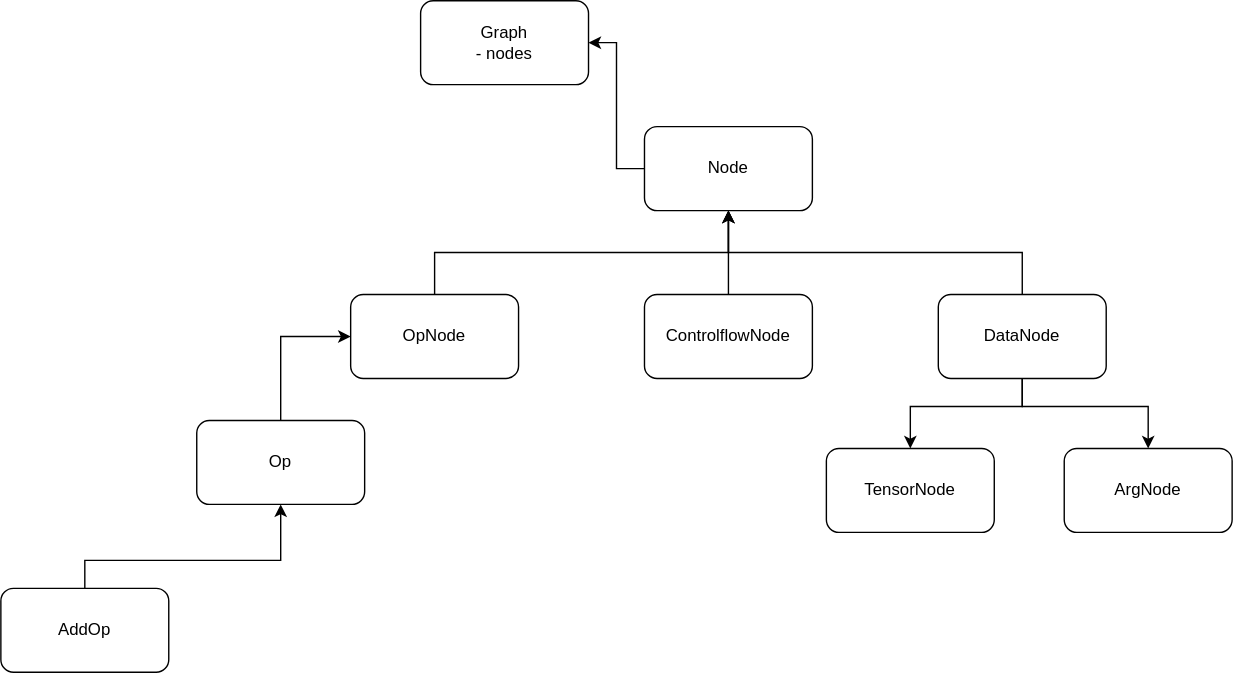
The draw.io diagram doc/front/deepxpy.drawio.svg in zhaziqwe/deepx, before a commit. Source tidied: cells renumbered, new cells last; positions are measured from the earlier drawing's top-left corner, leaving out a move shared by most shapes. Its diagram source:
```xml
<mxGraphModel>
  <root>
    <mxCell id="0" />
    <mxCell id="1" parent="0" />
    <mxCell id="2" style="edgeStyle=orthogonalEdgeStyle;rounded=0;jettySize=auto;html=1;entryX=0;entryY=0.5;entryDx=0;entryDy=0;" parent="1" edge="1" source="3" target="7">
      <mxGeometry relative="1" as="geometry" />
    </mxCell>
    <mxCell id="3" value="Op" style="rounded=1;whiteSpace=wrap;html=1;" parent="1" vertex="1">
      <mxGeometry x="140" y="300" width="120" height="60" as="geometry" />
    </mxCell>
    <mxCell id="4" style="edgeStyle=orthogonalEdgeStyle;rounded=0;jettySize=auto;html=1;entryX=0.5;entryY=1;entryDx=0;entryDy=0;" parent="1" edge="1" source="5" target="3">
      <mxGeometry relative="1" as="geometry">
        <Array as="points">
          <mxPoint x="60" y="400" />
          <mxPoint x="200" y="400" />
        </Array>
      </mxGeometry>
    </mxCell>
    <mxCell id="5" value="AddOp" style="rounded=1;whiteSpace=wrap;html=1;" parent="1" vertex="1">
      <mxGeometry y="420" width="120" height="60" as="geometry" />
    </mxCell>
    <mxCell id="6" style="edgeStyle=orthogonalEdgeStyle;rounded=0;jettySize=auto;html=1;entryX=0.5;entryY=1;entryDx=0;entryDy=0;" parent="1" edge="1" source="7" target="15">
      <mxGeometry relative="1" as="geometry">
        <Array as="points">
          <mxPoint x="310" y="180" />
          <mxPoint x="520" y="180" />
        </Array>
      </mxGeometry>
    </mxCell>
    <mxCell id="7" value="OpNode" style="rounded=1;whiteSpace=wrap;html=1;" parent="1" vertex="1">
      <mxGeometry x="250" y="210" width="120" height="60" as="geometry" />
    </mxCell>
    <mxCell id="8" style="edgeStyle=orthogonalEdgeStyle;rounded=0;jettySize=auto;html=1;" parent="1" edge="1" source="11" target="17">
      <mxGeometry relative="1" as="geometry">
        <Array as="points">
          <mxPoint x="730" y="290" />
          <mxPoint x="650" y="290" />
        </Array>
      </mxGeometry>
    </mxCell>
    <mxCell id="9" style="edgeStyle=orthogonalEdgeStyle;rounded=0;jettySize=auto;html=1;" parent="1" edge="1" source="11" target="18">
      <mxGeometry relative="1" as="geometry">
        <Array as="points">
          <mxPoint x="730" y="290" />
          <mxPoint x="820" y="290" />
        </Array>
      </mxGeometry>
    </mxCell>
    <mxCell id="10" style="edgeStyle=orthogonalEdgeStyle;rounded=0;jettySize=auto;html=1;entryX=0.5;entryY=1;entryDx=0;entryDy=0;" parent="1" edge="1" source="11" target="15">
      <mxGeometry relative="1" as="geometry">
        <Array as="points">
          <mxPoint x="730" y="180" />
          <mxPoint x="520" y="180" />
        </Array>
      </mxGeometry>
    </mxCell>
    <mxCell id="11" value="DataNode" style="rounded=1;whiteSpace=wrap;html=1;" parent="1" vertex="1">
      <mxGeometry x="670" y="210" width="120" height="60" as="geometry" />
    </mxCell>
    <mxCell id="12" style="edgeStyle=orthogonalEdgeStyle;rounded=0;jettySize=auto;html=1;" parent="1" edge="1" source="13" target="15">
      <mxGeometry relative="1" as="geometry" />
    </mxCell>
    <mxCell id="13" value="ControlflowNode" style="rounded=1;whiteSpace=wrap;html=1;" parent="1" vertex="1">
      <mxGeometry x="460" y="210" width="120" height="60" as="geometry" />
    </mxCell>
    <mxCell id="14" style="edgeStyle=orthogonalEdgeStyle;rounded=0;jettySize=auto;html=1;entryX=1;entryY=0.5;entryDx=0;entryDy=0;" parent="1" edge="1" source="15" target="16">
      <mxGeometry relative="1" as="geometry" />
    </mxCell>
    <mxCell id="15" value="Node" style="rounded=1;whiteSpace=wrap;html=1;" parent="1" vertex="1">
      <mxGeometry x="460" y="90" width="120" height="60" as="geometry" />
    </mxCell>
    <mxCell id="16" value="Graph&lt;div&gt;- nodes&lt;/div&gt;" style="rounded=1;whiteSpace=wrap;html=1;" parent="1" vertex="1">
      <mxGeometry x="300" width="120" height="60" as="geometry" />
    </mxCell>
    <mxCell id="17" value="TensorNode" style="rounded=1;whiteSpace=wrap;html=1;" parent="1" vertex="1">
      <mxGeometry x="590" y="320" width="120" height="60" as="geometry" />
    </mxCell>
    <mxCell id="18" value="ArgNode" style="rounded=1;whiteSpace=wrap;html=1;" parent="1" vertex="1">
      <mxGeometry x="760" y="320" width="120" height="60" as="geometry" />
    </mxCell>
  </root>
</mxGraphModel>
```
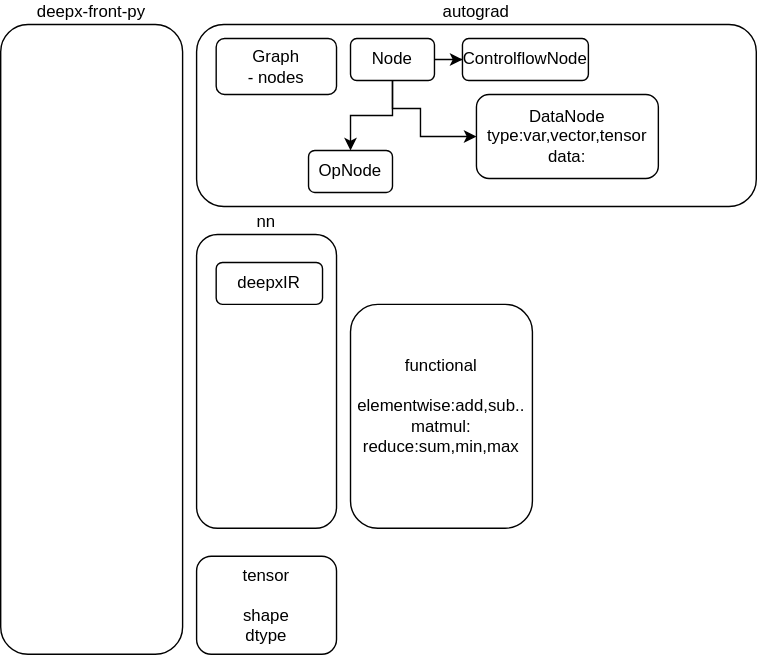
The same diagram one commit later.

Diff of the diagram source:
```diff
@@ -2,81 +2,53 @@
   <root>
     <mxCell id="0" />
     <mxCell id="1" parent="0" />
-    <mxCell id="2" style="edgeStyle=orthogonalEdgeStyle;rounded=0;jettySize=auto;html=1;entryX=0;entryY=0.5;entryDx=0;entryDy=0;" parent="1" edge="1" source="3" target="7">
-      <mxGeometry relative="1" as="geometry" />
-    </mxCell>
+    <mxCell id="19" value="autograd" style="rounded=1;whiteSpace=wrap;html=1;align=center;labelPosition=center;verticalLabelPosition=top;verticalAlign=bottom;" parent="1" vertex="1">
+      <mxGeometry x="230" y="-220" width="400" height="130" as="geometry" />
+    </mxCell>
-    <mxCell id="3" value="Op" style="rounded=1;whiteSpace=wrap;html=1;" parent="1" vertex="1">
-      <mxGeometry x="140" y="300" width="120" height="60" as="geometry" />
+    <mxCell id="3" value="functional&lt;div&gt;&lt;br&gt;&lt;/div&gt;&lt;div&gt;elementwise:add,sub..&lt;/div&gt;&lt;div&gt;matmul:&lt;/div&gt;&lt;div&gt;reduce:sum,min,max&lt;/div&gt;&lt;div&gt;&lt;br&gt;&lt;/div&gt;" style="rounded=1;whiteSpace=wrap;html=1;labelPosition=center;verticalLabelPosition=middle;align=center;verticalAlign=middle;" parent="1" vertex="1">
+      <mxGeometry x="340" y="-20" width="130" height="160" as="geometry" />
     </mxCell>
-    <mxCell id="4" style="edgeStyle=orthogonalEdgeStyle;rounded=0;jettySize=auto;html=1;entryX=0.5;entryY=1;entryDx=0;entryDy=0;" parent="1" edge="1" source="5" target="3">
-      <mxGeometry relative="1" as="geometry">
-        <Array as="points">
-          <mxPoint x="60" y="400" />
-          <mxPoint x="200" y="400" />
-        </Array>
-      </mxGeometry>
-    </mxCell>
-    <mxCell id="5" value="AddOp" style="rounded=1;whiteSpace=wrap;html=1;" parent="1" vertex="1">
-      <mxGeometry y="420" width="120" height="60" as="geometry" />
+    <mxCell id="5" value="tensor&lt;div&gt;&lt;br&gt;&lt;/div&gt;&lt;div&gt;shape&lt;/div&gt;&lt;div&gt;dtype&lt;/div&gt;" style="rounded=1;whiteSpace=wrap;html=1;" parent="1" vertex="1">
+      <mxGeometry x="230" y="160" width="100" height="70" as="geometry" />
     </mxCell>
-    <mxCell id="6" style="edgeStyle=orthogonalEdgeStyle;rounded=0;jettySize=auto;html=1;entryX=0.5;entryY=1;entryDx=0;entryDy=0;" parent="1" edge="1" source="7" target="15">
-      <mxGeometry relative="1" as="geometry">
-        <Array as="points">
-          <mxPoint x="310" y="180" />
-          <mxPoint x="520" y="180" />
-        </Array>
-      </mxGeometry>
-    </mxCell>
     <mxCell id="7" value="OpNode" style="rounded=1;whiteSpace=wrap;html=1;" parent="1" vertex="1">
-      <mxGeometry x="250" y="210" width="120" height="60" as="geometry" />
+      <mxGeometry x="310" y="-130" width="60" height="30" as="geometry" />
     </mxCell>
-    <mxCell id="8" style="edgeStyle=orthogonalEdgeStyle;rounded=0;jettySize=auto;html=1;" parent="1" edge="1" source="11" target="17">
-      <mxGeometry relative="1" as="geometry">
-        <Array as="points">
-          <mxPoint x="730" y="290" />
-          <mxPoint x="650" y="290" />
-        </Array>
-      </mxGeometry>
-    </mxCell>
-    <mxCell id="9" style="edgeStyle=orthogonalEdgeStyle;rounded=0;jettySize=auto;html=1;" parent="1" edge="1" source="11" target="18">
-      <mxGeometry relative="1" as="geometry">
-        <Array as="points">
-          <mxPoint x="730" y="290" />
-          <mxPoint x="820" y="290" />
-        </Array>
-      </mxGeometry>
-    </mxCell>
-    <mxCell id="10" style="edgeStyle=orthogonalEdgeStyle;rounded=0;jettySize=auto;html=1;entryX=0.5;entryY=1;entryDx=0;entryDy=0;" parent="1" edge="1" source="11" target="15">
-      <mxGeometry relative="1" as="geometry">
-        <Array as="points">
-          <mxPoint x="730" y="180" />
-          <mxPoint x="520" y="180" />
-        </Array>
-      </mxGeometry>
-    </mxCell>
-    <mxCell id="11" value="DataNode" style="rounded=1;whiteSpace=wrap;html=1;" parent="1" vertex="1">
-      <mxGeometry x="670" y="210" width="120" height="60" as="geometry" />
+    <mxCell id="11" value="DataNode&lt;div&gt;type:var,vector,tensor&lt;/div&gt;&lt;div&gt;data:&lt;/div&gt;" style="rounded=1;whiteSpace=wrap;html=1;" parent="1" vertex="1">
+      <mxGeometry x="430" y="-170" width="130" height="60" as="geometry" />
     </mxCell>
-    <mxCell id="12" style="edgeStyle=orthogonalEdgeStyle;rounded=0;jettySize=auto;html=1;" parent="1" edge="1" source="13" target="15">
-      <mxGeometry relative="1" as="geometry" />
-    </mxCell>
-    <mxCell id="13" value="ControlflowNode" style="rounded=1;whiteSpace=wrap;html=1;" parent="1" vertex="1">
-      <mxGeometry x="460" y="210" width="120" height="60" as="geometry" />
-    </mxCell>
-    <mxCell id="14" style="edgeStyle=orthogonalEdgeStyle;rounded=0;jettySize=auto;html=1;entryX=1;entryY=0.5;entryDx=0;entryDy=0;" parent="1" edge="1" source="15" target="16">
-      <mxGeometry relative="1" as="geometry" />
-    </mxCell>
+    <mxCell id="20" style="edgeStyle=orthogonalEdgeStyle;rounded=0;jettySize=auto;html=1;entryX=0.5;entryY=0;entryDx=0;entryDy=0;" parent="1" edge="1" source="15" target="7">
+      <mxGeometry relative="1" as="geometry" />
+    </mxCell>
+    <mxCell id="21" style="edgeStyle=orthogonalEdgeStyle;rounded=0;jettySize=auto;html=1;entryX=0;entryY=0.5;entryDx=0;entryDy=0;" parent="1" edge="1" source="15" target="13">
+      <mxGeometry relative="1" as="geometry" />
+    </mxCell>
+    <mxCell id="22" style="edgeStyle=orthogonalEdgeStyle;rounded=0;jettySize=auto;html=1;entryX=0;entryY=0.5;entryDx=0;entryDy=0;" parent="1" edge="1" source="15" target="11">
+      <mxGeometry relative="1" as="geometry">
+        <Array as="points">
+          <mxPoint x="370" y="-160" />
+          <mxPoint x="390" y="-160" />
+          <mxPoint x="390" y="-140" />
+        </Array>
+      </mxGeometry>
+    </mxCell>
     <mxCell id="15" value="Node" style="rounded=1;whiteSpace=wrap;html=1;" parent="1" vertex="1">
-      <mxGeometry x="460" y="90" width="120" height="60" as="geometry" />
+      <mxGeometry x="340" y="-210" width="60" height="30" as="geometry" />
     </mxCell>
     <mxCell id="16" value="Graph&lt;div&gt;- nodes&lt;/div&gt;" style="rounded=1;whiteSpace=wrap;html=1;" parent="1" vertex="1">
-      <mxGeometry x="300" width="120" height="60" as="geometry" />
+      <mxGeometry x="244" y="-210" width="86" height="40" as="geometry" />
     </mxCell>
-    <mxCell id="17" value="TensorNode" style="rounded=1;whiteSpace=wrap;html=1;" parent="1" vertex="1">
-      <mxGeometry x="590" y="320" width="120" height="60" as="geometry" />
-    </mxCell>
-    <mxCell id="18" value="ArgNode" style="rounded=1;whiteSpace=wrap;html=1;" parent="1" vertex="1">
-      <mxGeometry x="760" y="320" width="120" height="60" as="geometry" />
-    </mxCell>
+    <mxCell id="23" value="deepx-front-py" style="rounded=1;whiteSpace=wrap;html=1;labelPosition=center;verticalLabelPosition=top;align=center;verticalAlign=bottom;" parent="1" vertex="1">
+      <mxGeometry x="90" y="-220" width="130" height="450" as="geometry" />
+    </mxCell>
+    <mxCell id="13" value="ControlflowNode" style="rounded=1;whiteSpace=wrap;html=1;" parent="1" vertex="1">
+      <mxGeometry x="420" y="-210" width="90" height="30" as="geometry" />
+    </mxCell>
+    <mxCell id="24" value="nn" style="rounded=1;whiteSpace=wrap;html=1;labelPosition=center;verticalLabelPosition=top;align=center;verticalAlign=bottom;" parent="1" vertex="1">
+      <mxGeometry x="230" y="-70" width="100" height="210" as="geometry" />
+    </mxCell>
+    <mxCell id="25" value="deepxIR" style="rounded=1;whiteSpace=wrap;html=1;" parent="1" vertex="1">
+      <mxGeometry x="244" y="-50" width="76" height="30" as="geometry" />
+    </mxCell>
   </root>
 </mxGraphModel>
```
